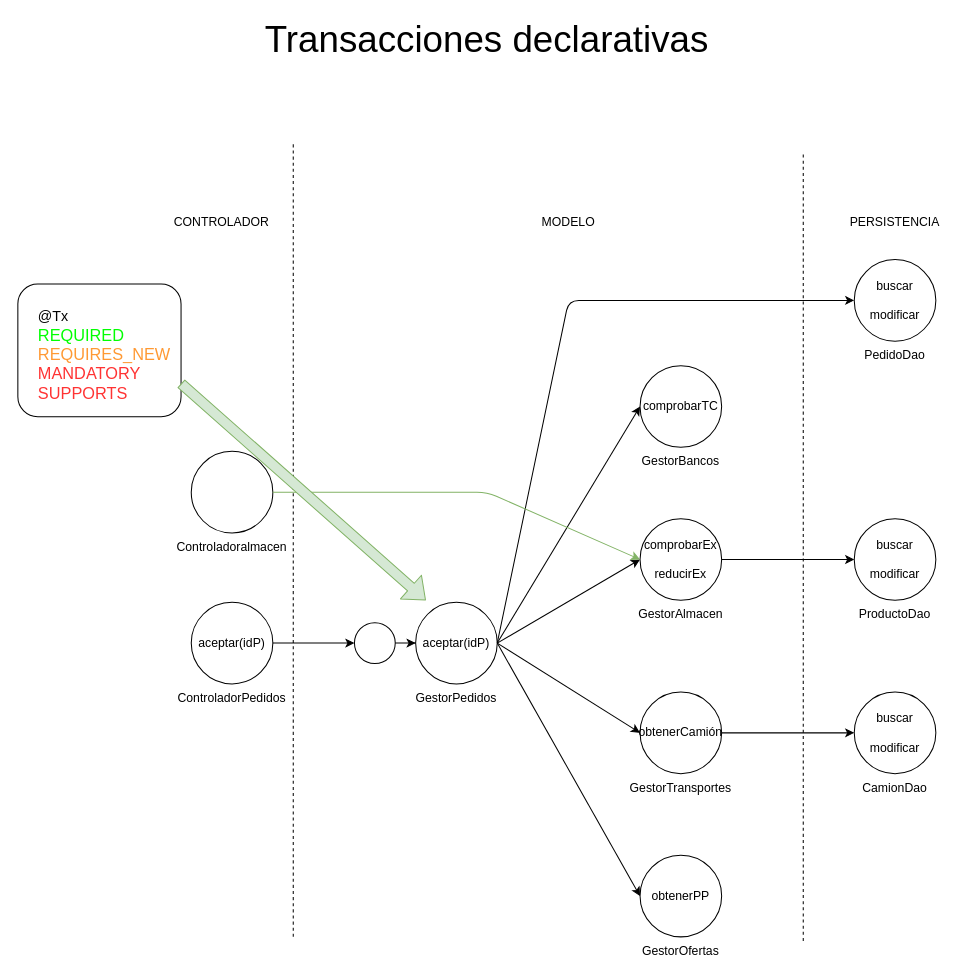
The draw.io diagram page "Página-23" (22 of 24) of diagramas.drawio in lrag/spring_2022, before the edit. Source tidied: cells renumbered, new cells numbered last; positions are measured from the earlier drawing's top-left corner, leaving out a move shared by most shapes. Both pictures are drawn from the tidied source at 102%, with x=0, y=0 at pixel (17, 29).
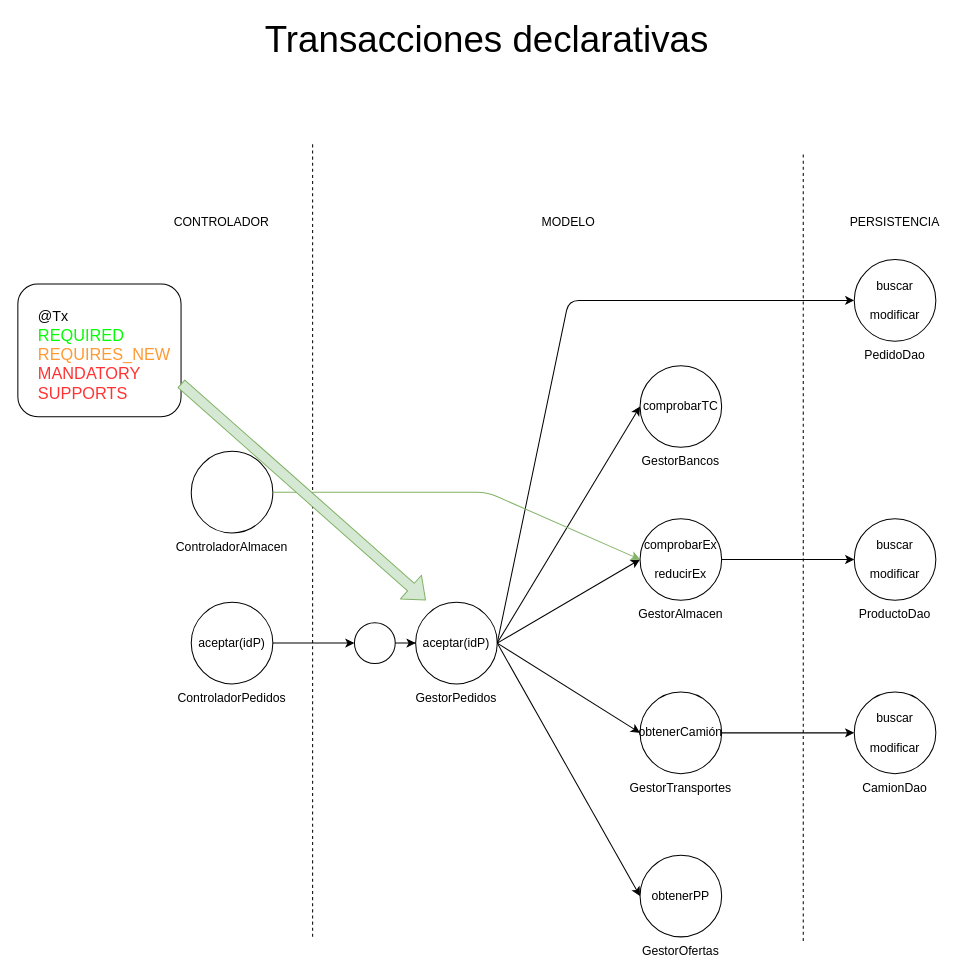
After the change.

The edit, as a diff of the source:
```diff
@@
     <mxCell id="29" style="endArrow=none;dashed=1;html=1;" parent="1" edge="1">
       <mxGeometry relative="1" as="geometry">
-        <mxPoint x="270" y="890" as="sourcePoint" />
-        <mxPoint x="270" y="110" as="targetPoint" />
+        <mxPoint x="289" y="890" as="sourcePoint" />
+        <mxPoint x="289" y="110" as="targetPoint" />
       </mxGeometry>
     </mxCell>
@@
-    <mxCell id="35" value="Controladoralmacen" style="text;html=1;strokeColor=none;fillColor=none;align=center;verticalAlign=middle;whiteSpace=wrap;rounded=0;" parent="1" vertex="1">
+    <mxCell id="35" value="ControladorAlmacen" style="text;html=1;strokeColor=none;fillColor=none;align=center;verticalAlign=middle;whiteSpace=wrap;rounded=0;" parent="1" vertex="1">
       <mxGeometry x="190" y="498" width="40" height="20" as="geometry" />
     </mxCell>
```
